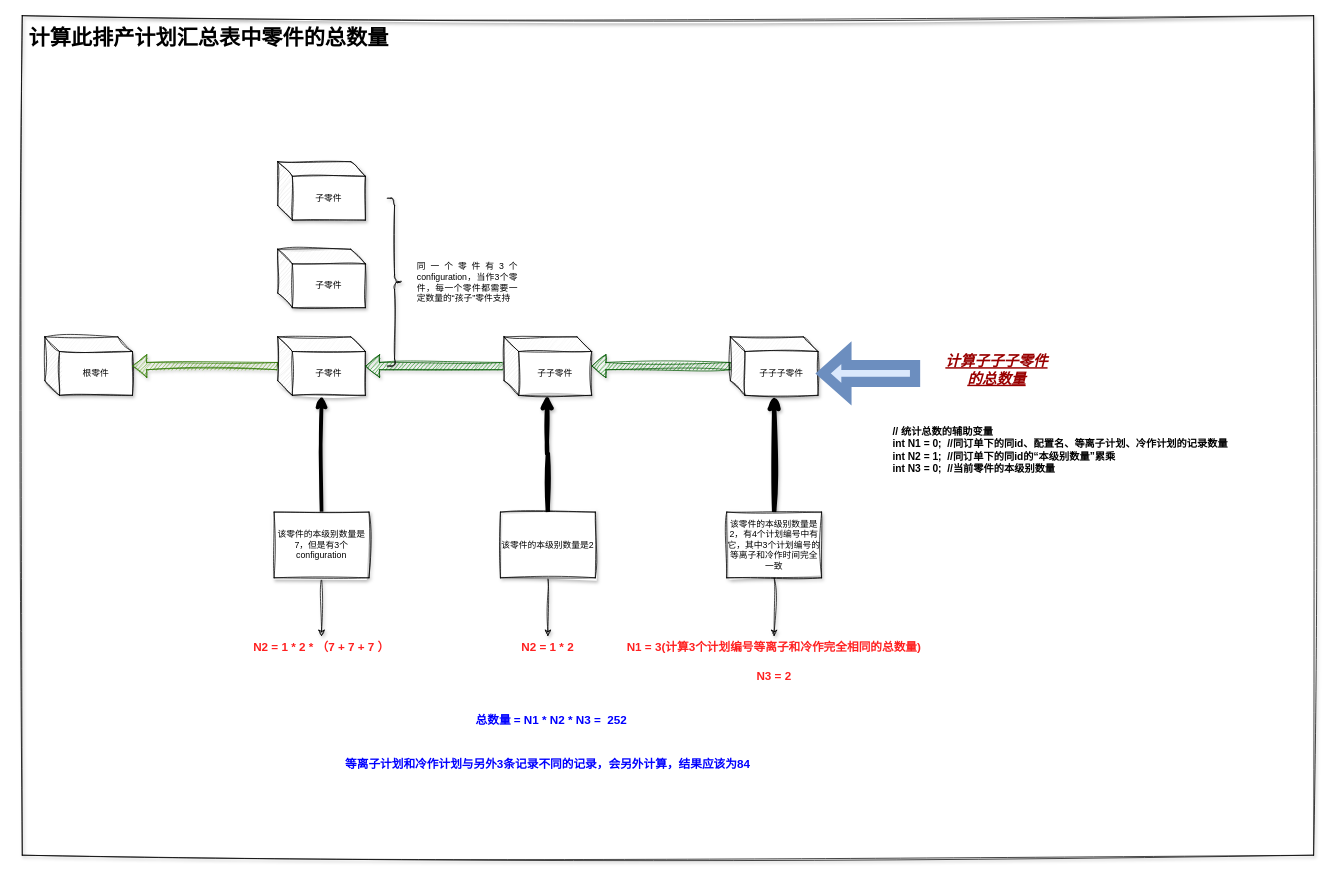
Before: 华威求总数量概念图.drawio in 177-Liukuan/MyPicture, a draw.io diagram. Source tidied: cells renumbered, new cells numbered last; positions are measured from the earlier drawing's top-left corner, leaving out a move shared by most shapes. Both pictures are drawn from the tidied source at 73%, with x=0, y=0 at pixel (15, 15).
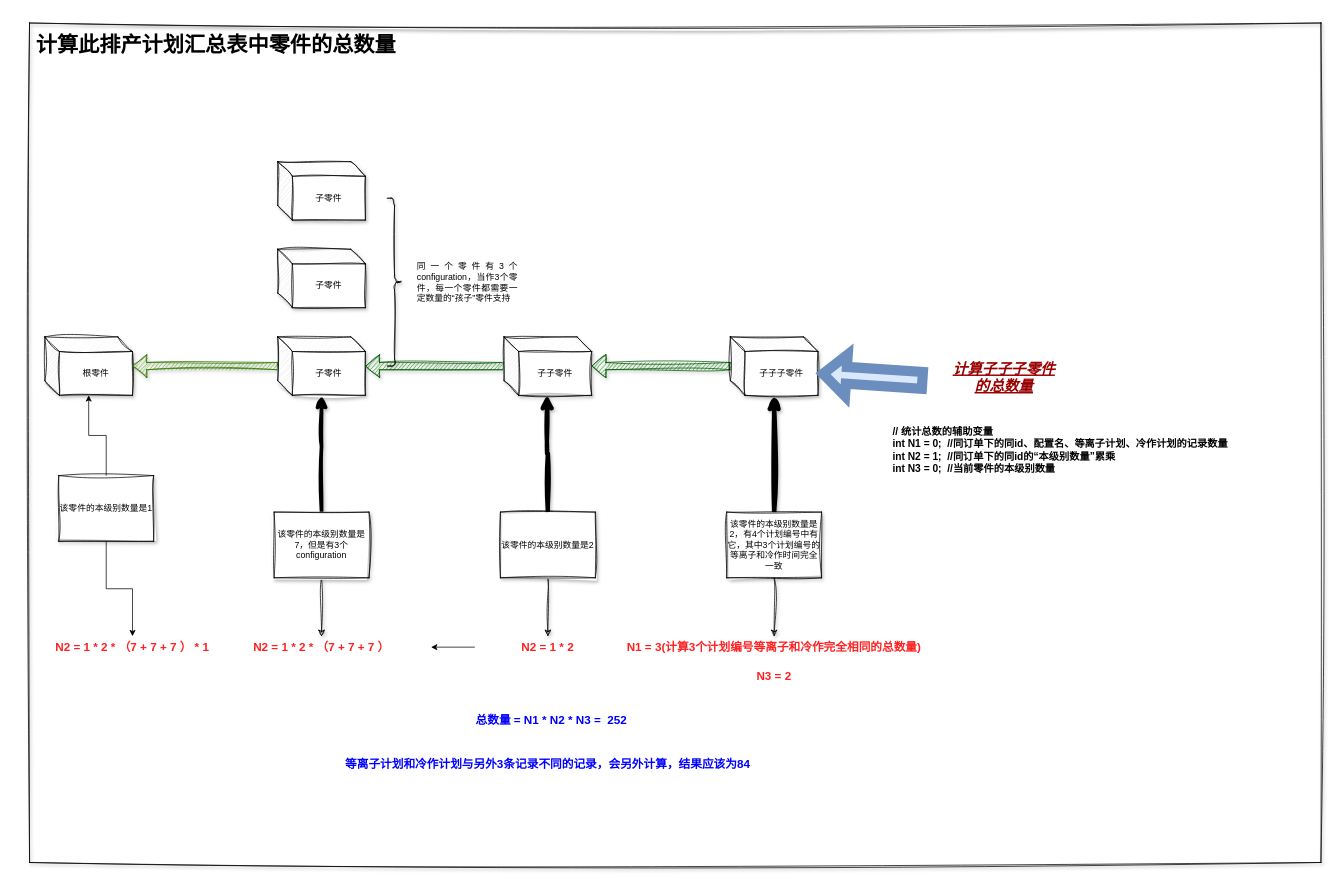
Above is the later version.

Commit message:
更新华威求总数量概念图.drawio

Unchanged cells that the change refers to:
```xml
<mxCell id="2" value="根零件" style="shape=cube;whiteSpace=wrap;html=1;boundedLbl=1;backgroundOutline=1;darkOpacity=0.05;darkOpacity2=0.1;sketch=1;curveFitting=1;jiggle=2;shadow=1;" parent="1" vertex="1">
  <mxGeometry x="40" y="440" width="120" height="80" as="geometry" />
</mxCell>
<mxCell id="4" value="子零件" style="shape=cube;whiteSpace=wrap;html=1;boundedLbl=1;backgroundOutline=1;darkOpacity=0.05;darkOpacity2=0.1;sketch=1;curveFitting=1;jiggle=2;shadow=1;" parent="1" vertex="1">
  <mxGeometry x="359" y="440" width="120" height="80" as="geometry" />
</mxCell>
<mxCell id="17" value="该零件的本级别数量是7，但是有3个configuration" style="rounded=0;whiteSpace=wrap;html=1;sketch=1;curveFitting=1;jiggle=2;shadow=1;" parent="1" vertex="1">
  <mxGeometry x="354" y="680" width="130" height="90" as="geometry" />
</mxCell>
<mxCell id="25" value="N2 = 1 * 2" style="text;html=1;strokeColor=none;fillColor=none;align=center;verticalAlign=middle;whiteSpace=wrap;rounded=0;fontSize=16;fontStyle=1;fontColor=#FF2121;sketch=1;curveFitting=1;jiggle=2;shadow=1;" parent="1" vertex="1">
  <mxGeometry x="629" y="850" width="200" height="30" as="geometry" />
</mxCell>
<mxCell id="26" value="N2 = 1 * 2 * （7 + 7 + 7 ）" style="text;html=1;strokeColor=none;fillColor=none;align=center;verticalAlign=middle;whiteSpace=wrap;rounded=0;fontSize=16;fontStyle=1;fontColor=#FF2121;sketch=1;curveFitting=1;jiggle=2;shadow=1;" parent="1" vertex="1">
  <mxGeometry x="269" y="850" width="300" height="30" as="geometry" />
</mxCell>
```

Diff of the diagram source:
```diff
@@
     <mxCell id="15" style="edgeStyle=orthogonalEdgeStyle;rounded=0;jettySize=auto;html=1;sketch=1;curveFitting=1;jiggle=2;shadow=1;strokeWidth=5;" parent="1" edge="1" source="17" target="4">
-      <mxGeometry relative="1" as="geometry" />
+      <mxGeometry relative="1" as="geometry">
+        <Array as="points">
+          <mxPoint x="419" y="590" />
+          <mxPoint x="419" y="590" />
+        </Array>
+      </mxGeometry>
     </mxCell>
@@
+    <mxCell id="33" style="edgeStyle=orthogonalEdgeStyle;rounded=0;jettySize=auto;html=1;" parent="1" edge="1" source="25" target="26">
+      <mxGeometry relative="1" as="geometry" />
+    </mxCell>
@@
     <mxCell id="29" style="swimlane;startSize=0;sketch=1;curveFitting=1;jiggle=2;shadow=1;" parent="1" vertex="1">
-      <mxGeometry x="9" width="1769" height="1150" as="geometry" />
+      <mxGeometry x="19" y="10" width="1769" height="1150" as="geometry" />
     </mxCell>
@@
+    <mxCell id="34" value="N2 = 1 * 2 * （7 + 7 + 7 ） * 1" style="text;html=1;strokeColor=none;fillColor=none;align=center;verticalAlign=middle;whiteSpace=wrap;rounded=0;fontSize=16;fontStyle=1;fontColor=#FF2121;sketch=1;curveFitting=1;jiggle=2;shadow=1;" parent="29" vertex="1">
+      <mxGeometry x="-9" y="840" width="300" height="30" as="geometry" />
+    </mxCell>
+    <mxCell id="35" style="edgeStyle=orthogonalEdgeStyle;rounded=0;jettySize=auto;html=1;" parent="29" edge="1" source="36" target="34">
+      <mxGeometry relative="1" as="geometry" />
+    </mxCell>
+    <mxCell id="36" value="该零件的本级别数量是1" style="rounded=0;whiteSpace=wrap;html=1;sketch=1;curveFitting=1;jiggle=2;shadow=1;" parent="29" vertex="1">
+      <mxGeometry x="40" y="620" width="130" height="90" as="geometry" />
+    </mxCell>
+    <mxCell id="37" style="edgeStyle=orthogonalEdgeStyle;rounded=0;jettySize=auto;html=1;" parent="1" edge="1" source="36" target="2">
+      <mxGeometry relative="1" as="geometry" />
+    </mxCell>
```
